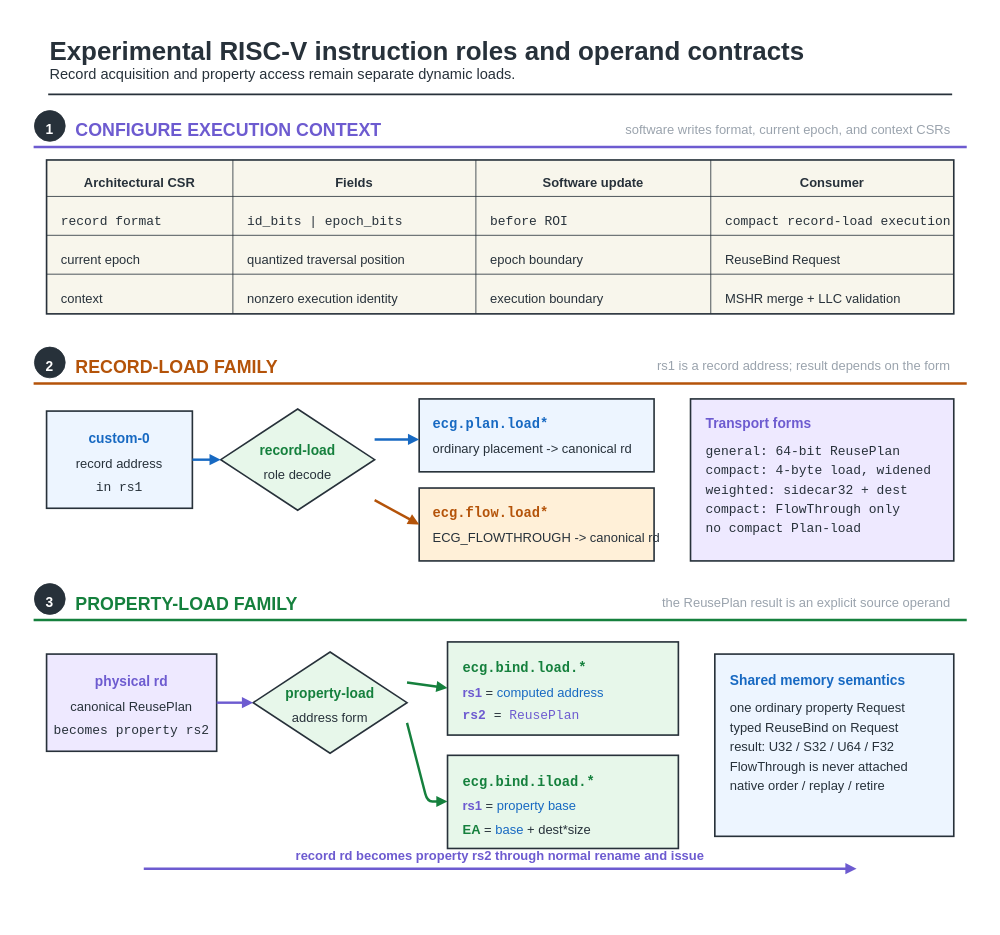
This is fig/wiki_src/risc-v-instruction-path/risc-v-instruction-path-f01-instruction-family.drawio from UVA-LavaLab/ECG_GrAPL, a draw.io file, before an edit. Source tidied: cells renumbered, new cells numbered last; positions are measured from the earlier drawing's top-left corner, leaving out a move shared by most shapes. Both pictures are drawn from the tidied source at 81%, with x=0, y=0 at pixel (14, 14).
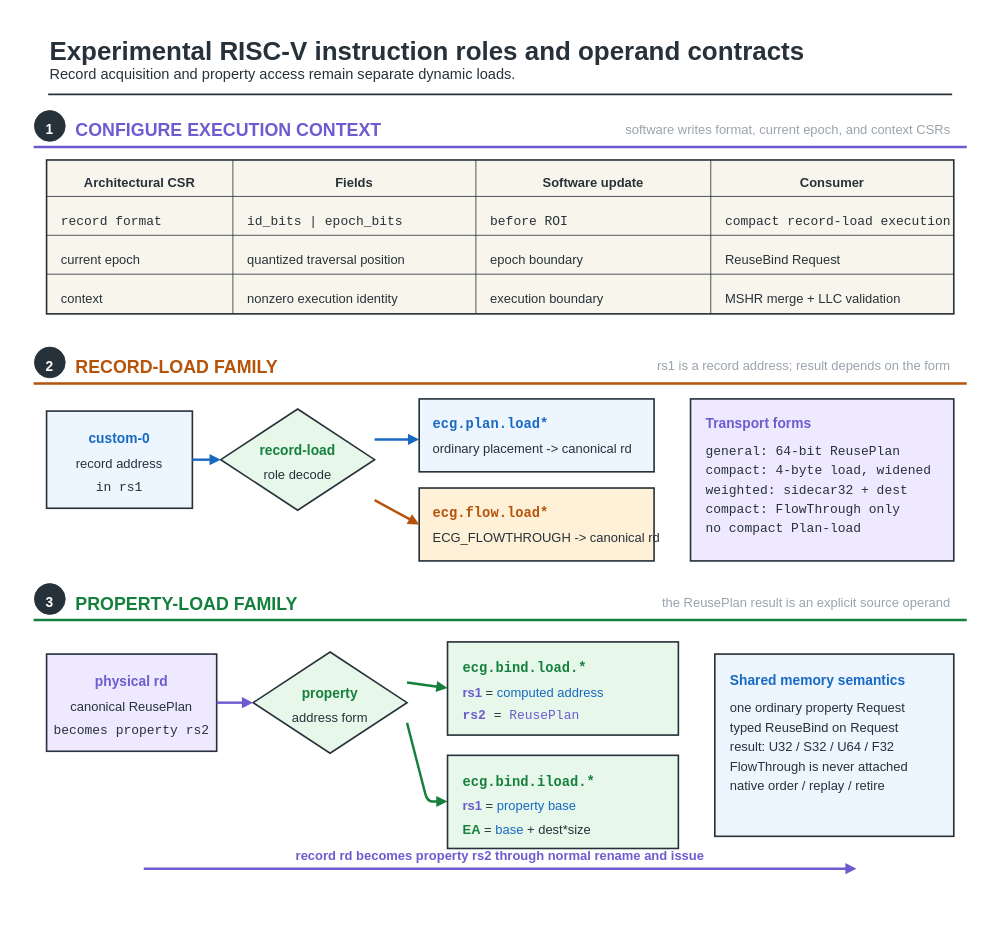
The same diagram, later.

Change to the diagram source:
```diff
@@
-    <mxCell id="72" value="property-load" style="text;html=0;strokeColor=none;fillColor=none;align=center;verticalAlign=middle;fontFamily=Helvetica;fontSize=17;fontColor=#15803D;fontStyle=1;" parent="1" vertex="1">
-      <mxGeometry x="327" y="825.4" width="126" height="23.8" as="geometry" />
+    <mxCell id="72" value="property" style="text;html=0;strokeColor=none;fillColor=none;align=center;verticalAlign=middle;fontFamily=Helvetica;fontSize=17;fontColor=#15803D;fontStyle=1;" parent="1" vertex="1">
+      <mxGeometry x="351.2" y="825.4" width="77.5" height="23.8" as="geometry" />
     </mxCell>
```
